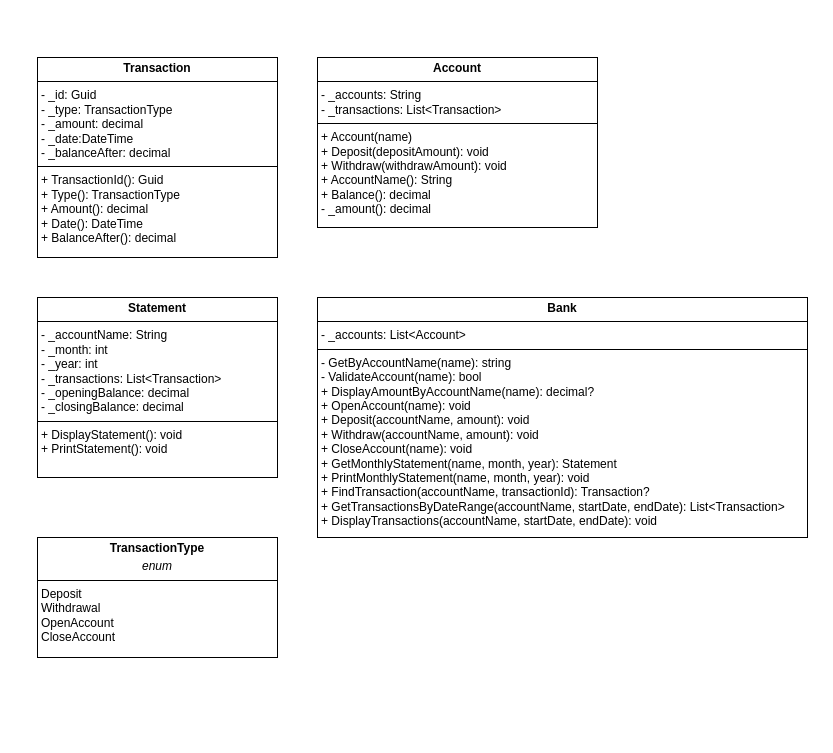
Above: BankApp.drawio in jas812000/Draw_io_diagrams (draw.io), before the change. Source tidied: cells renumbered, new cells numbered last; positions are measured from the earlier drawing's top-left corner, leaving out a move shared by most shapes. Both pictures are drawn from the tidied source at 100%, with x=0, y=0 at pixel (37, 57).
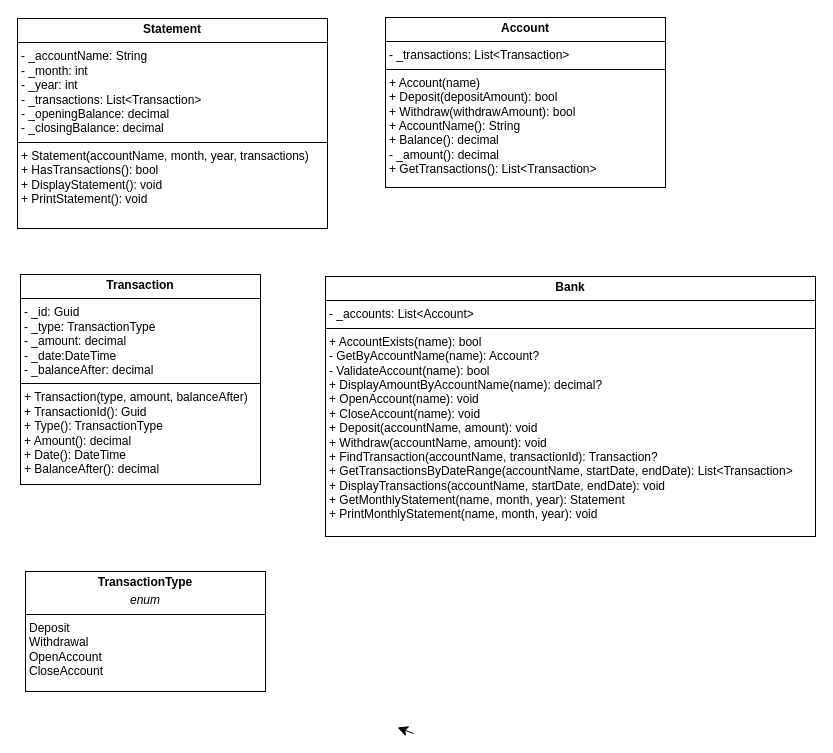
Above is the later version.

The edit, as a diff of the source:
```diff
@@
 <mxGraphModel>
   <root>
     <mxCell id="0" />
     <mxCell id="1" parent="0" />
-    <mxCell id="2" value="&lt;p style=&quot;margin:0px;margin-top:4px;text-align:center;&quot;&gt;&lt;b&gt;Account&lt;/b&gt;&lt;/p&gt;&lt;hr size=&quot;1&quot; style=&quot;border-style:solid;&quot;&gt;&lt;p style=&quot;margin:0px;margin-left:4px;&quot;&gt;- _accounts: String&lt;/p&gt;&lt;p style=&quot;margin:0px;margin-left:4px;&quot;&gt;- _transactions: List&amp;lt;Transaction&amp;gt;&lt;/p&gt;&lt;hr size=&quot;1&quot; style=&quot;border-style:solid;&quot;&gt;&lt;p style=&quot;margin:0px;margin-left:4px;&quot;&gt;+ Account(name)&lt;/p&gt;&lt;p style=&quot;margin:0px;margin-left:4px;&quot;&gt;+ Deposit(depositAmount): void&lt;/p&gt;&lt;p style=&quot;margin:0px;margin-left:4px;&quot;&gt;+ Withdraw(withdrawAmount): void&lt;/p&gt;&lt;p style=&quot;margin:0px;margin-left:4px;&quot;&gt;+ AccountName(): String&lt;/p&gt;&lt;p style=&quot;margin:0px;margin-left:4px;&quot;&gt;+ Balance(): decimal&lt;/p&gt;&lt;p style=&quot;margin:0px;margin-left:4px;&quot;&gt;- _amount(): decimal&lt;/p&gt;" style="verticalAlign=top;align=left;overflow=fill;html=1;whiteSpace=wrap;" parent="1" vertex="1">
-      <mxGeometry x="280" width="280" height="170" as="geometry" />
+    <mxCell id="2" value="&lt;p style=&quot;margin:0px;margin-top:4px;text-align:center;&quot;&gt;&lt;b&gt;Account&lt;/b&gt;&lt;/p&gt;&lt;hr size=&quot;1&quot; style=&quot;border-style:solid;&quot;&gt;&lt;p style=&quot;margin:0px;margin-left:4px;&quot;&gt;- _transactions: List&amp;lt;Transaction&amp;gt;&lt;/p&gt;&lt;hr size=&quot;1&quot; style=&quot;border-style:solid;&quot;&gt;&lt;p style=&quot;margin:0px;margin-left:4px;&quot;&gt;+ Account(name)&lt;/p&gt;&lt;p style=&quot;margin:0px;margin-left:4px;&quot;&gt;+ Deposit(depositAmount): bool&lt;/p&gt;&lt;p style=&quot;margin:0px;margin-left:4px;&quot;&gt;+ Withdraw(withdrawAmount): bool&lt;/p&gt;&lt;p style=&quot;margin:0px;margin-left:4px;&quot;&gt;+ AccountName(): String&lt;/p&gt;&lt;p style=&quot;margin:0px;margin-left:4px;&quot;&gt;+ Balance(): decimal&lt;/p&gt;&lt;p style=&quot;margin:0px;margin-left:4px;&quot;&gt;- _amount(): decimal&lt;/p&gt;&lt;p style=&quot;margin:0px;margin-left:4px;&quot;&gt;+ GetTransactions(): List&amp;lt;Transaction&amp;gt;&lt;/p&gt;" style="verticalAlign=top;align=left;overflow=fill;html=1;whiteSpace=wrap;" parent="1" vertex="1">
+      <mxGeometry x="348" y="-40" width="280" height="170" as="geometry" />
     </mxCell>
-    <mxCell id="3" value="&lt;p style=&quot;margin:0px;margin-top:4px;text-align:center;&quot;&gt;&lt;b&gt;Bank&lt;/b&gt;&lt;/p&gt;&lt;hr size=&quot;1&quot; style=&quot;border-style:solid;&quot;&gt;&lt;p style=&quot;margin:0px;margin-left:4px;&quot;&gt;- _accounts: List&amp;lt;Account&amp;gt;&lt;/p&gt;&lt;hr size=&quot;1&quot; style=&quot;border-style:solid;&quot;&gt;&lt;p style=&quot;margin:0px;margin-left:4px;&quot;&gt;- GetByAccountName(name): string&lt;br&gt;&lt;/p&gt;&lt;p style=&quot;margin:0px;margin-left:4px;&quot;&gt;- ValidateAccount(name): bool&lt;br&gt;&lt;/p&gt;&lt;p style=&quot;margin:0px;margin-left:4px;&quot;&gt;+ DisplayAmountByAccountName(name): decimal?&lt;/p&gt;&lt;p style=&quot;margin:0px;margin-left:4px;&quot;&gt;+ OpenAccount(name): void&lt;/p&gt;&lt;p style=&quot;margin:0px;margin-left:4px;&quot;&gt;+ Deposit(accountName, amount): void&lt;/p&gt;&lt;p style=&quot;margin:0px;margin-left:4px;&quot;&gt;+ Withdraw(accountName, amount): void&lt;/p&gt;&lt;p style=&quot;margin:0px;margin-left:4px;&quot;&gt;+ CloseAccount(name): void&lt;/p&gt;&lt;p style=&quot;margin:0px;margin-left:4px;&quot;&gt;+ GetMonthlyStatement(name, month, year): Statement&lt;/p&gt;&lt;p style=&quot;margin:0px;margin-left:4px;&quot;&gt;+ PrintMonthlyStatement(name, month, year): void&lt;/p&gt;&lt;p style=&quot;margin:0px;margin-left:4px;&quot;&gt;+ FindTransaction(accountName, transactionId): Transaction?&lt;/p&gt;&lt;p style=&quot;margin:0px;margin-left:4px;&quot;&gt;+ GetTransactionsByDateRange(accountName, startDate, endDate): List&amp;lt;Transaction&amp;gt;&lt;/p&gt;&lt;p style=&quot;margin:0px;margin-left:4px;&quot;&gt;+ DisplayTransactions(accountName, startDate, endDate): void&lt;/p&gt;&lt;p style=&quot;margin:0px;margin-left:4px;&quot;&gt;&lt;br&gt;&lt;/p&gt;&lt;p style=&quot;margin:0px;margin-left:4px;&quot;&gt;&lt;br&gt;&lt;/p&gt;&lt;p style=&quot;margin:0px;margin-left:4px;&quot;&gt;&lt;br&gt;&lt;/p&gt;" style="verticalAlign=top;align=left;overflow=fill;html=1;whiteSpace=wrap;" parent="1" vertex="1">
-      <mxGeometry x="280" y="240" width="490" height="240" as="geometry" />
+    <mxCell id="3" value="&lt;p style=&quot;margin:0px;margin-top:4px;text-align:center;&quot;&gt;&lt;b&gt;Bank&lt;/b&gt;&lt;/p&gt;&lt;hr size=&quot;1&quot; style=&quot;border-style:solid;&quot;&gt;&lt;p style=&quot;margin:0px;margin-left:4px;&quot;&gt;- _accounts: List&amp;lt;Account&amp;gt;&lt;/p&gt;&lt;hr size=&quot;1&quot; style=&quot;border-style:solid;&quot;&gt;&lt;p style=&quot;margin:0px;margin-left:4px;&quot;&gt;&lt;span style=&quot;background-color: transparent; color: light-dark(rgb(0, 0, 0), rgb(255, 255, 255));&quot;&gt;+ AccountExists(name): bool&lt;/span&gt;&lt;/p&gt;&lt;p style=&quot;margin:0px;margin-left:4px;&quot;&gt;- GetByAccountName(name): Account?&lt;/p&gt;&lt;p style=&quot;margin:0px;margin-left:4px;&quot;&gt;- ValidateAccount(name): bool&lt;/p&gt;&lt;p style=&quot;margin:0px;margin-left:4px;&quot;&gt;+ DisplayAmountByAccountName(name): decimal?&lt;/p&gt;&lt;p style=&quot;margin:0px;margin-left:4px;&quot;&gt;+ OpenAccount(name): void&lt;/p&gt;&lt;p style=&quot;margin:0px;margin-left:4px;&quot;&gt;+ CloseAccount(name): void&lt;/p&gt;&lt;p style=&quot;margin:0px;margin-left:4px;&quot;&gt;+ Deposit(accountName, amount): void&lt;/p&gt;&lt;p style=&quot;margin:0px;margin-left:4px;&quot;&gt;+ Withdraw(accountName, amount): void&lt;/p&gt;&lt;p style=&quot;margin:0px;margin-left:4px;&quot;&gt;+ FindTransaction(accountName, transactionId): Transaction?&lt;/p&gt;&lt;p style=&quot;margin: 0px 0px 0px 4px;&quot;&gt;+ GetTransactionsByDateRange(accountName, startDate, endDate): List&amp;lt;Transaction&amp;gt;&lt;/p&gt;&lt;p style=&quot;margin: 0px 0px 0px 4px;&quot;&gt;+ DisplayTransactions(accountName, startDate, endDate): void&lt;/p&gt;&lt;p style=&quot;margin:0px;margin-left:4px;&quot;&gt;+ GetMonthlyStatement(name, month, year): Statement&lt;/p&gt;&lt;p style=&quot;margin:0px;margin-left:4px;&quot;&gt;+ PrintMonthlyStatement(name, month, year): void&lt;/p&gt;&lt;p style=&quot;margin:0px;margin-left:4px;&quot;&gt;&lt;br&gt;&lt;/p&gt;&lt;p style=&quot;margin:0px;margin-left:4px;&quot;&gt;&lt;br&gt;&lt;/p&gt;&lt;p style=&quot;margin:0px;margin-left:4px;&quot;&gt;&lt;br&gt;&lt;/p&gt;" style="verticalAlign=top;align=left;overflow=fill;html=1;whiteSpace=wrap;" parent="1" vertex="1">
+      <mxGeometry x="288" y="219" width="490" height="260" as="geometry" />
     </mxCell>
-    <mxCell id="4" value="&lt;p style=&quot;margin:0px;margin-top:4px;text-align:center;&quot;&gt;&lt;b&gt;Transaction&lt;/b&gt;&lt;br&gt;&lt;/p&gt;&lt;hr size=&quot;1&quot; style=&quot;border-style:solid;&quot;&gt;&lt;p style=&quot;margin:0px;margin-left:4px;&quot;&gt;- _id: Guid&lt;/p&gt;&lt;p style=&quot;margin:0px;margin-left:4px;&quot;&gt;- _type: TransactionType&lt;/p&gt;&lt;p style=&quot;margin:0px;margin-left:4px;&quot;&gt;- _amount: decimal&lt;/p&gt;&lt;p style=&quot;margin:0px;margin-left:4px;&quot;&gt;- _date:DateTime&lt;/p&gt;&lt;p style=&quot;margin:0px;margin-left:4px;&quot;&gt;- _balanceAfter: decimal&lt;/p&gt;&lt;hr size=&quot;1&quot; style=&quot;border-style:solid;&quot;&gt;&lt;p style=&quot;margin:0px;margin-left:4px;&quot;&gt;+ TransactionId(): Guid&lt;/p&gt;&lt;p style=&quot;margin:0px;margin-left:4px;&quot;&gt;+ Type(): TransactionType&lt;/p&gt;&lt;p style=&quot;margin:0px;margin-left:4px;&quot;&gt;+ Amount(): decimal&lt;/p&gt;&lt;p style=&quot;margin:0px;margin-left:4px;&quot;&gt;+ Date(): DateTime&lt;/p&gt;&lt;p style=&quot;margin:0px;margin-left:4px;&quot;&gt;+ BalanceAfter(): decimal&lt;/p&gt;" style="verticalAlign=top;align=left;overflow=fill;html=1;whiteSpace=wrap;" parent="1" vertex="1">
-      <mxGeometry width="240" height="200" as="geometry" />
+    <mxCell id="4" value="&lt;p style=&quot;margin:0px;margin-top:4px;text-align:center;&quot;&gt;&lt;b&gt;Transaction&lt;/b&gt;&lt;br&gt;&lt;/p&gt;&lt;hr size=&quot;1&quot; style=&quot;border-style:solid;&quot;&gt;&lt;p style=&quot;margin:0px;margin-left:4px;&quot;&gt;- _id: Guid&lt;/p&gt;&lt;p style=&quot;margin:0px;margin-left:4px;&quot;&gt;- _type: TransactionType&lt;/p&gt;&lt;p style=&quot;margin:0px;margin-left:4px;&quot;&gt;- _amount: decimal&lt;/p&gt;&lt;p style=&quot;margin:0px;margin-left:4px;&quot;&gt;- _date:DateTime&lt;/p&gt;&lt;p style=&quot;margin:0px;margin-left:4px;&quot;&gt;- _balanceAfter: decimal&lt;/p&gt;&lt;hr size=&quot;1&quot; style=&quot;border-style:solid;&quot;&gt;&lt;p style=&quot;margin:0px;margin-left:4px;&quot;&gt;+ Transaction(type, amount, balanceAfter)&lt;/p&gt;&lt;p style=&quot;margin:0px;margin-left:4px;&quot;&gt;+ TransactionId(): Guid&lt;/p&gt;&lt;p style=&quot;margin:0px;margin-left:4px;&quot;&gt;+ Type(): TransactionType&lt;/p&gt;&lt;p style=&quot;margin:0px;margin-left:4px;&quot;&gt;+ Amount(): decimal&lt;/p&gt;&lt;p style=&quot;margin:0px;margin-left:4px;&quot;&gt;+ Date(): DateTime&lt;/p&gt;&lt;p style=&quot;margin:0px;margin-left:4px;&quot;&gt;+ BalanceAfter(): decimal&lt;/p&gt;" style="verticalAlign=top;align=left;overflow=fill;html=1;whiteSpace=wrap;" parent="1" vertex="1">
+      <mxGeometry x="-17" y="217" width="240" height="210" as="geometry" />
     </mxCell>
+    <mxCell id="6" value="&lt;p style=&quot;margin:0px;margin-top:4px;text-align:center;&quot;&gt;&lt;b&gt;TransactionType&lt;/b&gt;&lt;/p&gt;&lt;p style=&quot;margin:0px;margin-top:4px;text-align:center;&quot;&gt;&lt;i&gt;enum&lt;/i&gt;&lt;/p&gt;&lt;hr size=&quot;1&quot; style=&quot;border-style:solid;&quot;&gt;&lt;p style=&quot;margin:0px;margin-left:4px;&quot;&gt;Deposit&lt;/p&gt;&lt;p style=&quot;margin:0px;margin-left:4px;&quot;&gt;Withdrawal&lt;/p&gt;&lt;p style=&quot;margin:0px;margin-left:4px;&quot;&gt;OpenAccount&lt;/p&gt;&lt;p style=&quot;margin:0px;margin-left:4px;&quot;&gt;CloseAccount&lt;/p&gt;&lt;p style=&quot;margin:0px;margin-left:4px;&quot;&gt;&lt;br&gt;&lt;/p&gt;&lt;p style=&quot;margin:0px;margin-left:4px;&quot;&gt;&lt;br&gt;&lt;/p&gt;" style="verticalAlign=top;align=left;overflow=fill;html=1;whiteSpace=wrap;" parent="1" vertex="1">
+      <mxGeometry x="-12" y="514" width="240" height="120" as="geometry" />
+    </mxCell>
-    <mxCell id="5" value="&lt;p style=&quot;margin:0px;margin-top:4px;text-align:center;&quot;&gt;&lt;b&gt;Statement&lt;/b&gt;&lt;br&gt;&lt;/p&gt;&lt;hr size=&quot;1&quot; style=&quot;border-style:solid;&quot;&gt;&lt;p style=&quot;margin:0px;margin-left:4px;&quot;&gt;- _accountName: String&lt;/p&gt;&lt;p style=&quot;margin:0px;margin-left:4px;&quot;&gt;- _month: int&lt;/p&gt;&lt;p style=&quot;margin:0px;margin-left:4px;&quot;&gt;- _year: int&lt;/p&gt;&lt;p style=&quot;margin:0px;margin-left:4px;&quot;&gt;- _transactions: List&amp;lt;Transaction&amp;gt;&lt;/p&gt;&lt;p style=&quot;margin:0px;margin-left:4px;&quot;&gt;- _openingBalance: decimal&lt;/p&gt;&lt;p style=&quot;margin:0px;margin-left:4px;&quot;&gt;- _closingBalance: decimal&lt;/p&gt;&lt;hr size=&quot;1&quot; style=&quot;border-style:solid;&quot;&gt;&lt;p style=&quot;margin:0px;margin-left:4px;&quot;&gt;+ DisplayStatement(): void&lt;/p&gt;&lt;p style=&quot;margin:0px;margin-left:4px;&quot;&gt;+ PrintStatement(): void&lt;/p&gt;" style="verticalAlign=top;align=left;overflow=fill;html=1;whiteSpace=wrap;" parent="1" vertex="1">
-      <mxGeometry y="240" width="240" height="180" as="geometry" />
+    <mxCell id="5" value="&lt;p style=&quot;margin:0px;margin-top:4px;text-align:center;&quot;&gt;&lt;b&gt;Statement&lt;/b&gt;&lt;br&gt;&lt;/p&gt;&lt;hr size=&quot;1&quot; style=&quot;border-style:solid;&quot;&gt;&lt;p style=&quot;margin:0px;margin-left:4px;&quot;&gt;- _accountName: String&lt;/p&gt;&lt;p style=&quot;margin:0px;margin-left:4px;&quot;&gt;- _month: int&lt;/p&gt;&lt;p style=&quot;margin:0px;margin-left:4px;&quot;&gt;- _year: int&lt;/p&gt;&lt;p style=&quot;margin:0px;margin-left:4px;&quot;&gt;- _transactions: List&amp;lt;Transaction&amp;gt;&lt;/p&gt;&lt;p style=&quot;margin:0px;margin-left:4px;&quot;&gt;- _openingBalance: decimal&lt;/p&gt;&lt;p style=&quot;margin:0px;margin-left:4px;&quot;&gt;- _closingBalance: decimal&lt;/p&gt;&lt;hr size=&quot;1&quot; style=&quot;border-style:solid;&quot;&gt;&lt;p style=&quot;margin:0px;margin-left:4px;&quot;&gt;+ Statement(accountName, month, year, transactions)&lt;/p&gt;&lt;p style=&quot;margin:0px;margin-left:4px;&quot;&gt;+ HasTransactions(): bool&lt;/p&gt;&lt;p style=&quot;margin:0px;margin-left:4px;&quot;&gt;+ DisplayStatement(): void&lt;/p&gt;&lt;p style=&quot;margin:0px;margin-left:4px;&quot;&gt;+ PrintStatement(): void&lt;/p&gt;" style="verticalAlign=top;align=left;overflow=fill;html=1;whiteSpace=wrap;" parent="1" vertex="1">
+      <mxGeometry x="-20" y="-39" width="310" height="210" as="geometry" />
     </mxCell>
-    <mxCell id="6" value="&lt;p style=&quot;margin:0px;margin-top:4px;text-align:center;&quot;&gt;&lt;b&gt;TransactionType&lt;/b&gt;&lt;/p&gt;&lt;p style=&quot;margin:0px;margin-top:4px;text-align:center;&quot;&gt;&lt;i&gt;enum&lt;/i&gt;&lt;/p&gt;&lt;hr size=&quot;1&quot; style=&quot;border-style:solid;&quot;&gt;&lt;p style=&quot;margin:0px;margin-left:4px;&quot;&gt;Deposit&lt;/p&gt;&lt;p style=&quot;margin:0px;margin-left:4px;&quot;&gt;Withdrawal&lt;/p&gt;&lt;p style=&quot;margin:0px;margin-left:4px;&quot;&gt;OpenAccount&lt;/p&gt;&lt;p style=&quot;margin:0px;margin-left:4px;&quot;&gt;CloseAccount&lt;/p&gt;&lt;p style=&quot;margin:0px;margin-left:4px;&quot;&gt;&lt;br&gt;&lt;/p&gt;&lt;p style=&quot;margin:0px;margin-left:4px;&quot;&gt;&lt;br&gt;&lt;/p&gt;" style="verticalAlign=top;align=left;overflow=fill;html=1;whiteSpace=wrap;" parent="1" vertex="1">
-      <mxGeometry y="480" width="240" height="120" as="geometry" />
-    </mxCell>
+    <mxCell id="7" style="edgeStyle=none;curved=1;rounded=0;orthogonalLoop=1;jettySize=auto;html=1;fontSize=12;startSize=8;endSize=8;" parent="1" edge="1">
+      <mxGeometry relative="1" as="geometry">
+        <mxPoint x="376" y="676" as="sourcePoint" />
+        <mxPoint x="360" y="670" as="targetPoint" />
+      </mxGeometry>
+    </mxCell>
   </root>
 </mxGraphModel>
```
